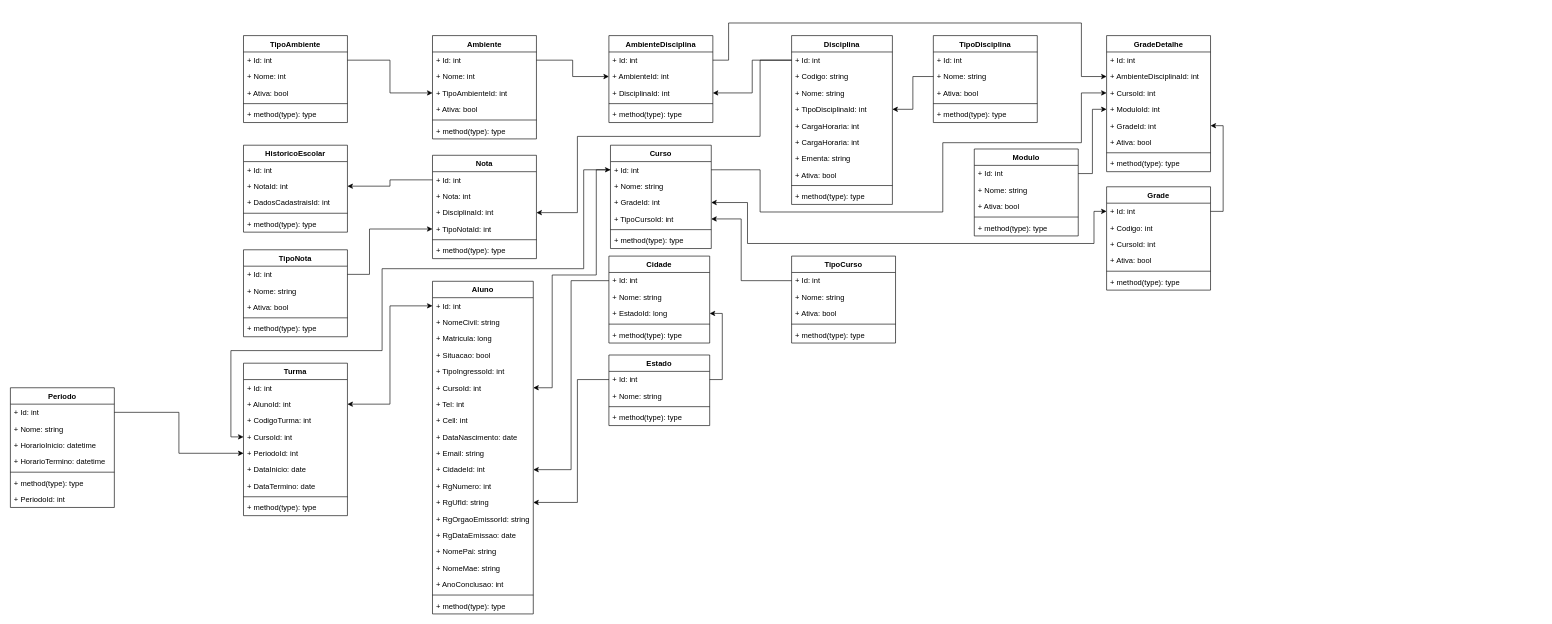
Mathschmidt/POO-Abstracao keeps this draw.io diagram as page "POO - Diagrama de Classe" (2 of 2) of DiagramaDeClasse.drawio. Above is the earlier version. Source tidied: cells renumbered, new cells numbered last; positions are measured from the earlier drawing's top-left corner, leaving out a move shared by most shapes. Both pictures are drawn from the tidied source at 63%, with x=0, y=0 at pixel (10, 23).
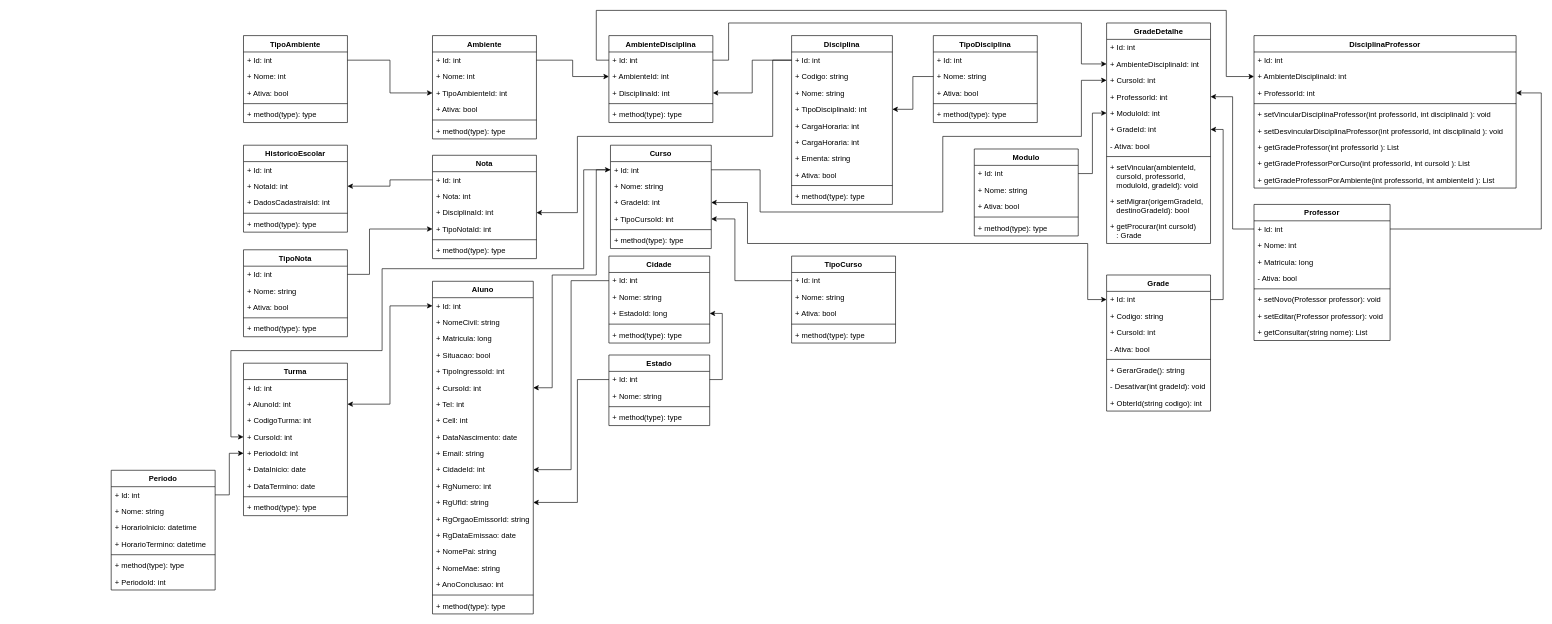
The same page after the edit.

Unchanged cells that the change refers to:
```xml
<mxCell id="3" value="+ Id: int" style="text;strokeColor=none;fillColor=none;align=left;verticalAlign=top;spacingLeft=4;spacingRight=4;overflow=hidden;points=[[0,0.5],[1,0.5]];portConstraint=eastwest;" parent="2" vertex="1">
  <mxGeometry y="26" width="160" height="26" as="geometry" />
</mxCell>
<mxCell id="35" value="+ Id: int" style="text;strokeColor=none;fillColor=none;align=left;verticalAlign=top;spacingLeft=4;spacingRight=4;overflow=hidden;points=[[0,0.5],[1,0.5]];portConstraint=eastwest;" parent="34" vertex="1">
  <mxGeometry y="26" width="165" height="26" as="geometry" />
</mxCell>
<mxCell id="64" value="+ Id: int" style="text;strokeColor=none;fillColor=none;align=left;verticalAlign=top;spacingLeft=4;spacingRight=4;overflow=hidden;points=[[0,0.5],[1,0.5]];portConstraint=eastwest;" parent="63" vertex="1">
  <mxGeometry y="26" width="160" height="26" as="geometry" />
</mxCell>
<mxCell id="66" value="+ GradeId: int" style="text;strokeColor=none;fillColor=none;align=left;verticalAlign=top;spacingLeft=4;spacingRight=4;overflow=hidden;points=[[0,0.5],[1,0.5]];portConstraint=eastwest;" parent="63" vertex="1">
  <mxGeometry y="78" width="160" height="26" as="geometry" />
</mxCell>
<mxCell id="67" value="+ TipoCursoId: int" style="text;strokeColor=none;fillColor=none;align=left;verticalAlign=top;spacingLeft=4;spacingRight=4;overflow=hidden;points=[[0,0.5],[1,0.5]];portConstraint=eastwest;" parent="63" vertex="1">
  <mxGeometry y="104" width="160" height="26" as="geometry" />
</mxCell>
<mxCell id="93" value="+ DisciplinaId: int" style="text;strokeColor=none;fillColor=none;align=left;verticalAlign=top;spacingLeft=4;spacingRight=4;overflow=hidden;points=[[0,0.5],[1,0.5]];portConstraint=eastwest;" parent="90" vertex="1">
  <mxGeometry y="78" width="165" height="26" as="geometry" />
</mxCell>
<mxCell id="129" value="+ AmbienteDisciplinaId: int" style="text;strokeColor=none;fillColor=none;align=left;verticalAlign=top;spacingLeft=4;spacingRight=4;overflow=hidden;points=[[0,0.5],[1,0.5]];portConstraint=eastwest;" parent="127" vertex="1">
  <mxGeometry y="52" width="165" height="26" as="geometry" />
</mxCell>
<mxCell id="130" value="+ CursoId: int" style="text;strokeColor=none;fillColor=none;align=left;verticalAlign=top;spacingLeft=4;spacingRight=4;overflow=hidden;points=[[0,0.5],[1,0.5]];portConstraint=eastwest;" parent="127" vertex="1">
  <mxGeometry y="78" width="165" height="26" as="geometry" />
</mxCell>
<mxCell id="137" value="+ Id: int" style="text;strokeColor=none;fillColor=none;align=left;verticalAlign=top;spacingLeft=4;spacingRight=4;overflow=hidden;points=[[0,0.5],[1,0.5]];portConstraint=eastwest;" parent="136" vertex="1">
  <mxGeometry y="26" width="165" height="26" as="geometry" />
</mxCell>
<mxCell id="154" value="+ Id: int" style="text;strokeColor=none;fillColor=none;align=left;verticalAlign=top;spacingLeft=4;spacingRight=4;overflow=hidden;points=[[0,0.5],[1,0.5]];portConstraint=eastwest;" parent="153" vertex="1">
  <mxGeometry y="26" width="165" height="26" as="geometry" />
</mxCell>
```

The edit, as a diff of the source:
```diff
@@
     <mxCell id="105" style="edgeStyle=orthogonalEdgeStyle;rounded=0;jettySize=auto;html=1;exitX=0;exitY=0.5;exitDx=0;exitDy=0;entryX=1;entryY=0.5;entryDx=0;entryDy=0;" parent="1" edge="1" source="3" target="93">
       <mxGeometry relative="1" as="geometry">
         <Array as="points">
-          <mxPoint x="1190" y="59" />
-          <mxPoint x="1190" y="180" />
+          <mxPoint x="1210" y="59" />
+          <mxPoint x="1210" y="180" />
           <mxPoint x="900" y="180" />
           <mxPoint x="900" y="301" />
         </Array>
       </mxGeometry>
     </mxCell>
@@
     <mxCell id="116" value="Periodo" style="swimlane;fontStyle=1;align=center;verticalAlign=top;horizontal=1;startSize=26;" parent="1" vertex="1">
-      <mxGeometry y="579" width="165" height="190" as="geometry" />
+      <mxGeometry x="160" y="710" width="165" height="190" as="geometry" />
     </mxCell>
@@
     <mxCell id="127" value="GradeDetalhe" style="swimlane;fontStyle=1;align=center;verticalAlign=top;horizontal=1;startSize=26;" parent="1" vertex="1">
-      <mxGeometry x="1740" y="20" width="165" height="216" as="geometry" />
+      <mxGeometry x="1740" width="165" height="350" as="geometry" />
     </mxCell>
@@
+    <mxCell id="162" value="+ ProfessorId: int" style="text;strokeColor=none;fillColor=none;align=left;verticalAlign=top;spacingLeft=4;spacingRight=4;overflow=hidden;points=[[0,0.5],[1,0.5]];portConstraint=eastwest;" parent="127" vertex="1">
+      <mxGeometry y="104" width="165" height="26" as="geometry" />
+    </mxCell>
     <mxCell id="131" value="+ ModuloId: int" style="text;strokeColor=none;fillColor=none;align=left;verticalAlign=top;spacingLeft=4;spacingRight=4;overflow=hidden;points=[[0,0.5],[1,0.5]];portConstraint=eastwest;" parent="127" vertex="1">
-      <mxGeometry y="104" width="165" height="26" as="geometry" />
+      <mxGeometry y="130" width="165" height="26" as="geometry" />
     </mxCell>
     <mxCell id="132" value="+ GradeId: int" style="text;strokeColor=none;fillColor=none;align=left;verticalAlign=top;spacingLeft=4;spacingRight=4;overflow=hidden;points=[[0,0.5],[1,0.5]];portConstraint=eastwest;" parent="127" vertex="1">
-      <mxGeometry y="130" width="165" height="26" as="geometry" />
+      <mxGeometry y="156" width="165" height="26" as="geometry" />
     </mxCell>
-    <mxCell id="133" value="+ Ativa: bool" style="text;strokeColor=none;fillColor=none;align=left;verticalAlign=top;spacingLeft=4;spacingRight=4;overflow=hidden;" parent="127" vertex="1">
-      <mxGeometry y="156" width="165" height="26" as="geometry" />
+    <mxCell id="133" value="- Ativa: bool" style="text;strokeColor=none;fillColor=none;align=left;verticalAlign=top;spacingLeft=4;spacingRight=4;overflow=hidden;" parent="127" vertex="1">
+      <mxGeometry y="182" width="165" height="26" as="geometry" />
     </mxCell>
     <mxCell id="134" style="line;strokeWidth=1;fillColor=none;align=left;verticalAlign=middle;spacingTop=-1;spacingLeft=3;spacingRight=3;labelPosition=right;" parent="127" vertex="1">
-      <mxGeometry y="182" width="165" height="8" as="geometry" />
+      <mxGeometry y="208" width="165" height="8" as="geometry" />
     </mxCell>
-    <mxCell id="135" value="+ method(type): type" style="text;strokeColor=none;fillColor=none;align=left;verticalAlign=top;spacingLeft=4;spacingRight=4;overflow=hidden;" parent="127" vertex="1">
-      <mxGeometry y="190" width="165" height="26" as="geometry" />
+    <mxCell id="135" value="+ setVincular(ambienteId, &#10;   cursoId, professorId, &#10;   moduloId, gradeId): void" style="text;strokeColor=none;fillColor=none;align=left;verticalAlign=top;spacingLeft=4;spacingRight=4;overflow=hidden;" parent="127" vertex="1">
+      <mxGeometry y="216" width="165" height="54" as="geometry" />
     </mxCell>
+    <mxCell id="163" value="+ setMigrar(origemGradeId, &#10;   destinoGradeId): bool" style="text;strokeColor=none;fillColor=none;align=left;verticalAlign=top;spacingLeft=4;spacingRight=4;overflow=hidden;" parent="127" vertex="1">
+      <mxGeometry y="270" width="165" height="40" as="geometry" />
+    </mxCell>
+    <mxCell id="164" value="+ getProcurar(int cursoId)&#10;   : Grade" style="text;strokeColor=none;fillColor=none;align=left;verticalAlign=top;spacingLeft=4;spacingRight=4;overflow=hidden;" parent="127" vertex="1">
+      <mxGeometry y="310" width="165" height="40" as="geometry" />
+    </mxCell>
@@
     <mxCell id="142" style="edgeStyle=orthogonalEdgeStyle;rounded=0;jettySize=auto;html=1;entryX=1;entryY=0.5;entryDx=0;entryDy=0;startArrow=none;startFill=0;" parent="1" edge="1" source="137" target="67">
       <mxGeometry relative="1" as="geometry">
         <Array as="points">
-          <mxPoint x="1160" y="409" />
-          <mxPoint x="1160" y="311" />
+          <mxPoint x="1150" y="409" />
+          <mxPoint x="1150" y="311" />
         </Array>
       </mxGeometry>
     </mxCell>
@@
     <mxCell id="150" style="edgeStyle=orthogonalEdgeStyle;rounded=0;jettySize=auto;html=1;exitX=1;exitY=0.5;exitDx=0;exitDy=0;entryX=0;entryY=0.5;entryDx=0;entryDy=0;startArrow=none;startFill=0;" parent="1" edge="1" source="64" target="130">
       <mxGeometry relative="1" as="geometry">
         <Array as="points">
           <mxPoint x="1190" y="233" />
           <mxPoint x="1190" y="300" />
           <mxPoint x="1480" y="300" />
-          <mxPoint x="1480" y="190" />
-          <mxPoint x="1700" y="190" />
-          <mxPoint x="1700" y="111" />
+          <mxPoint x="1480" y="180" />
+          <mxPoint x="1700" y="180" />
+          <mxPoint x="1700" y="91" />
         </Array>
       </mxGeometry>
     </mxCell>
     <mxCell id="151" style="edgeStyle=orthogonalEdgeStyle;rounded=0;jettySize=auto;html=1;exitX=1;exitY=0.5;exitDx=0;exitDy=0;entryX=0;entryY=0.5;entryDx=0;entryDy=0;startArrow=none;startFill=0;" parent="1" edge="1" source="35" target="129">
       <mxGeometry relative="1" as="geometry">
         <Array as="points">
           <mxPoint x="1140" y="59" />
           <mxPoint x="1140" />
           <mxPoint x="1700" />
-          <mxPoint x="1700" y="85" />
+          <mxPoint x="1700" y="65" />
         </Array>
       </mxGeometry>
     </mxCell>
@@
     <mxCell id="153" value="Grade" style="swimlane;fontStyle=1;align=center;verticalAlign=top;horizontal=1;startSize=26;" parent="1" vertex="1">
-      <mxGeometry x="1740" y="260" width="165" height="164" as="geometry" />
+      <mxGeometry x="1740" y="400" width="165" height="216" as="geometry" />
     </mxCell>
@@
-    <mxCell id="155" value="+ Codigo: int" style="text;strokeColor=none;fillColor=none;align=left;verticalAlign=top;spacingLeft=4;spacingRight=4;overflow=hidden;" parent="153" vertex="1">
+    <mxCell id="155" value="+ Codigo: string" style="text;strokeColor=none;fillColor=none;align=left;verticalAlign=top;spacingLeft=4;spacingRight=4;overflow=hidden;" parent="153" vertex="1">
       <mxGeometry y="52" width="165" height="26" as="geometry" />
     </mxCell>
@@
-    <mxCell id="157" value="+ Ativa: bool" style="text;strokeColor=none;fillColor=none;align=left;verticalAlign=top;spacingLeft=4;spacingRight=4;overflow=hidden;" parent="153" vertex="1">
+    <mxCell id="157" value="- Ativa: bool" style="text;strokeColor=none;fillColor=none;align=left;verticalAlign=top;spacingLeft=4;spacingRight=4;overflow=hidden;" parent="153" vertex="1">
       <mxGeometry y="104" width="165" height="26" as="geometry" />
     </mxCell>
@@
+    <mxCell id="165" value="+ GerarGrade(): string" style="text;strokeColor=none;fillColor=none;align=left;verticalAlign=top;spacingLeft=4;spacingRight=4;overflow=hidden;" parent="153" vertex="1">
+      <mxGeometry y="138" width="165" height="26" as="geometry" />
+    </mxCell>
+    <mxCell id="166" value="- Desativar(int gradeId): void" style="text;strokeColor=none;fillColor=none;align=left;verticalAlign=top;spacingLeft=4;spacingRight=4;overflow=hidden;" parent="153" vertex="1">
+      <mxGeometry y="164" width="165" height="26" as="geometry" />
+    </mxCell>
-    <mxCell id="159" value="+ method(type): type" style="text;strokeColor=none;fillColor=none;align=left;verticalAlign=top;spacingLeft=4;spacingRight=4;overflow=hidden;" parent="153" vertex="1">
-      <mxGeometry y="138" width="165" height="26" as="geometry" />
+    <mxCell id="159" value="+ ObterId(string codigo): int" style="text;strokeColor=none;fillColor=none;align=left;verticalAlign=top;spacingLeft=4;spacingRight=4;overflow=hidden;" parent="153" vertex="1">
+      <mxGeometry y="190" width="165" height="26" as="geometry" />
     </mxCell>
@@
     <mxCell id="161" style="edgeStyle=orthogonalEdgeStyle;rounded=0;jettySize=auto;html=1;exitX=0;exitY=0.5;exitDx=0;exitDy=0;entryX=1;entryY=0.5;entryDx=0;entryDy=0;startArrow=classic;startFill=1;" parent="1" edge="1" source="154" target="66">
       <mxGeometry relative="1" as="geometry">
         <Array as="points">
-          <mxPoint x="1720" y="299" />
-          <mxPoint x="1720" y="350" />
+          <mxPoint x="1710" y="439" />
+          <mxPoint x="1710" y="350" />
           <mxPoint x="1170" y="350" />
           <mxPoint x="1170" y="285" />
         </Array>
       </mxGeometry>
     </mxCell>
+    <mxCell id="167" value="Professor" style="swimlane;fontStyle=1;align=center;verticalAlign=top;horizontal=1;startSize=26;" parent="1" vertex="1">
+      <mxGeometry x="1974" y="288" width="216" height="216" as="geometry" />
+    </mxCell>
+    <mxCell id="168" value="+ Id: int" style="text;strokeColor=none;fillColor=none;align=left;verticalAlign=top;spacingLeft=4;spacingRight=4;overflow=hidden;points=[[0,0.5],[1,0.5]];portConstraint=eastwest;" parent="167" vertex="1">
+      <mxGeometry y="26" width="216" height="26" as="geometry" />
+    </mxCell>
+    <mxCell id="169" value="+ Nome: int" style="text;strokeColor=none;fillColor=none;align=left;verticalAlign=top;spacingLeft=4;spacingRight=4;overflow=hidden;" parent="167" vertex="1">
+      <mxGeometry y="52" width="216" height="26" as="geometry" />
+    </mxCell>
+    <mxCell id="170" value="+ Matricula: long" style="text;strokeColor=none;fillColor=none;align=left;verticalAlign=top;spacingLeft=4;spacingRight=4;overflow=hidden;" parent="167" vertex="1">
+      <mxGeometry y="78" width="216" height="26" as="geometry" />
+    </mxCell>
+    <mxCell id="171" value="- Ativa: bool" style="text;strokeColor=none;fillColor=none;align=left;verticalAlign=top;spacingLeft=4;spacingRight=4;overflow=hidden;" parent="167" vertex="1">
+      <mxGeometry y="104" width="216" height="26" as="geometry" />
+    </mxCell>
+    <mxCell id="172" style="line;strokeWidth=1;fillColor=none;align=left;verticalAlign=middle;spacingTop=-1;spacingLeft=3;spacingRight=3;labelPosition=right;" parent="167" vertex="1">
+      <mxGeometry y="130" width="216" height="8" as="geometry" />
+    </mxCell>
+    <mxCell id="173" value="+ setNovo(Professor professor): void" style="text;strokeColor=none;fillColor=none;align=left;verticalAlign=top;spacingLeft=4;spacingRight=4;overflow=hidden;" parent="167" vertex="1">
+      <mxGeometry y="138" width="216" height="26" as="geometry" />
+    </mxCell>
+    <mxCell id="174" value="+ setEditar(Professor professor): void" style="text;strokeColor=none;fillColor=none;align=left;verticalAlign=top;spacingLeft=4;spacingRight=4;overflow=hidden;" parent="167" vertex="1">
+      <mxGeometry y="164" width="216" height="26" as="geometry" />
+    </mxCell>
+    <mxCell id="175" value="+ getConsultar(string nome): List" style="text;strokeColor=none;fillColor=none;align=left;verticalAlign=top;spacingLeft=4;spacingRight=4;overflow=hidden;" parent="167" vertex="1">
+      <mxGeometry y="190" width="216" height="26" as="geometry" />
+    </mxCell>
+    <mxCell id="176" style="edgeStyle=orthogonalEdgeStyle;rounded=0;jettySize=auto;html=1;entryX=1;entryY=0.5;entryDx=0;entryDy=0;" parent="1" edge="1" source="168" target="162">
+      <mxGeometry relative="1" as="geometry">
+        <Array as="points">
+          <mxPoint x="1940" y="327" />
+          <mxPoint x="1940" y="117" />
+        </Array>
+      </mxGeometry>
+    </mxCell>
+    <mxCell id="177" value="DisciplinaProfessor" style="swimlane;fontStyle=1;align=center;verticalAlign=top;horizontal=1;startSize=26;" parent="1" vertex="1">
+      <mxGeometry x="1974" y="20" width="416" height="242" as="geometry" />
+    </mxCell>
+    <mxCell id="178" value="+ Id: int" style="text;strokeColor=none;fillColor=none;align=left;verticalAlign=top;spacingLeft=4;spacingRight=4;overflow=hidden;" parent="177" vertex="1">
+      <mxGeometry y="26" width="416" height="26" as="geometry" />
+    </mxCell>
+    <mxCell id="179" value="+ AmbienteDisciplinaId: int" style="text;strokeColor=none;fillColor=none;align=left;verticalAlign=top;spacingLeft=4;spacingRight=4;overflow=hidden;points=[[0,0.5],[1,0.5]];portConstraint=eastwest;" parent="177" vertex="1">
+      <mxGeometry y="52" width="416" height="26" as="geometry" />
+    </mxCell>
+    <mxCell id="180" value="+ ProfessorId: int" style="text;strokeColor=none;fillColor=none;align=left;verticalAlign=top;spacingLeft=4;spacingRight=4;overflow=hidden;points=[[0,0.5],[1,0.5]];portConstraint=eastwest;" parent="177" vertex="1">
+      <mxGeometry y="78" width="416" height="26" as="geometry" />
+    </mxCell>
+    <mxCell id="181" style="line;strokeWidth=1;fillColor=none;align=left;verticalAlign=middle;spacingTop=-1;spacingLeft=3;spacingRight=3;labelPosition=right;" parent="177" vertex="1">
+      <mxGeometry y="104" width="416" height="8" as="geometry" />
+    </mxCell>
+    <mxCell id="182" value="+ setVincularDisciplinaProfessor(int professorId, int disciplinaId ): void" style="text;strokeColor=none;fillColor=none;align=left;verticalAlign=top;spacingLeft=4;spacingRight=4;overflow=hidden;" parent="177" vertex="1">
+      <mxGeometry y="112" width="416" height="26" as="geometry" />
+    </mxCell>
+    <mxCell id="183" value="+ setDesvincularDisciplinaProfessor(int professorId, int disciplinaId ): void" style="text;strokeColor=none;fillColor=none;align=left;verticalAlign=top;spacingLeft=4;spacingRight=4;overflow=hidden;" parent="177" vertex="1">
+      <mxGeometry y="138" width="416" height="26" as="geometry" />
+    </mxCell>
+    <mxCell id="184" value="+ getGradeProfessor(int professorId ): List" style="text;strokeColor=none;fillColor=none;align=left;verticalAlign=top;spacingLeft=4;spacingRight=4;overflow=hidden;" parent="177" vertex="1">
+      <mxGeometry y="164" width="416" height="26" as="geometry" />
+    </mxCell>
+    <mxCell id="185" value="+ getGradeProfessorPorCurso(int professorId, int cursoId ): List" style="text;strokeColor=none;fillColor=none;align=left;verticalAlign=top;spacingLeft=4;spacingRight=4;overflow=hidden;" parent="177" vertex="1">
+      <mxGeometry y="190" width="416" height="26" as="geometry" />
+    </mxCell>
+    <mxCell id="186" value="+ getGradeProfessorPorAmbiente(int professorId, int ambienteId ): List" style="text;strokeColor=none;fillColor=none;align=left;verticalAlign=top;spacingLeft=4;spacingRight=4;overflow=hidden;" parent="177" vertex="1">
+      <mxGeometry y="216" width="416" height="26" as="geometry" />
+    </mxCell>
+    <mxCell id="187" style="edgeStyle=orthogonalEdgeStyle;rounded=0;jettySize=auto;html=1;entryX=1;entryY=0.5;entryDx=0;entryDy=0;" parent="1" edge="1" source="168" target="180">
+      <mxGeometry relative="1" as="geometry">
+        <Array as="points">
+          <mxPoint x="2430" y="327" />
+          <mxPoint x="2430" y="111" />
+        </Array>
+      </mxGeometry>
+    </mxCell>
+    <mxCell id="188" style="edgeStyle=orthogonalEdgeStyle;rounded=0;jettySize=auto;html=1;exitX=0;exitY=0.5;exitDx=0;exitDy=0;entryX=0;entryY=0.5;entryDx=0;entryDy=0;" parent="1" edge="1" source="35" target="179">
+      <mxGeometry relative="1" as="geometry">
+        <Array as="points">
+          <mxPoint x="930" y="59" />
+          <mxPoint x="930" y="-20" />
+          <mxPoint x="1930" y="-20" />
+          <mxPoint x="1930" y="85" />
+        </Array>
+      </mxGeometry>
+    </mxCell>
```
